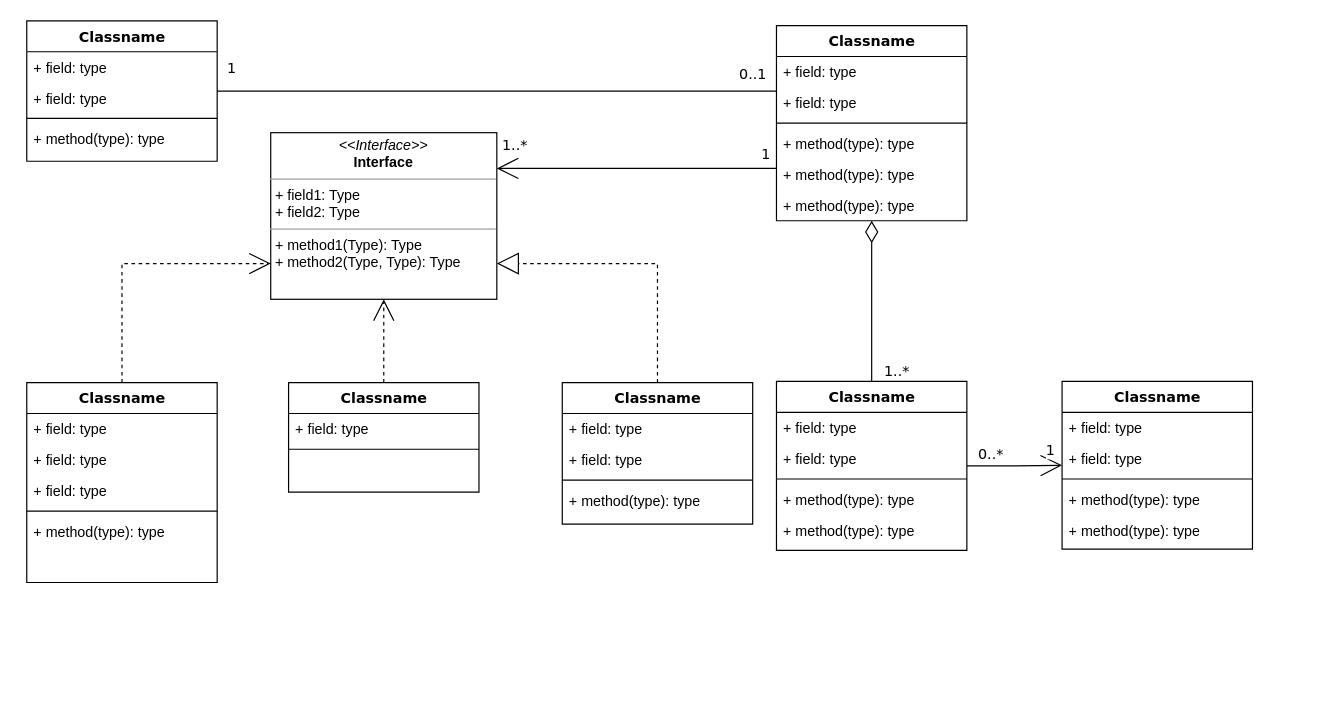
Before: Diagramme object Movie Ticket Booking System.drawio in Melydgt/Draw-io-UML-England, a draw.io diagram. Source tidied: cells renumbered, new cells numbered last; positions are measured from the earlier drawing's top-left corner, leaving out a move shared by most shapes. Both pictures are drawn from the tidied source at 119%, with x=0, y=0 at pixel (26, 20).
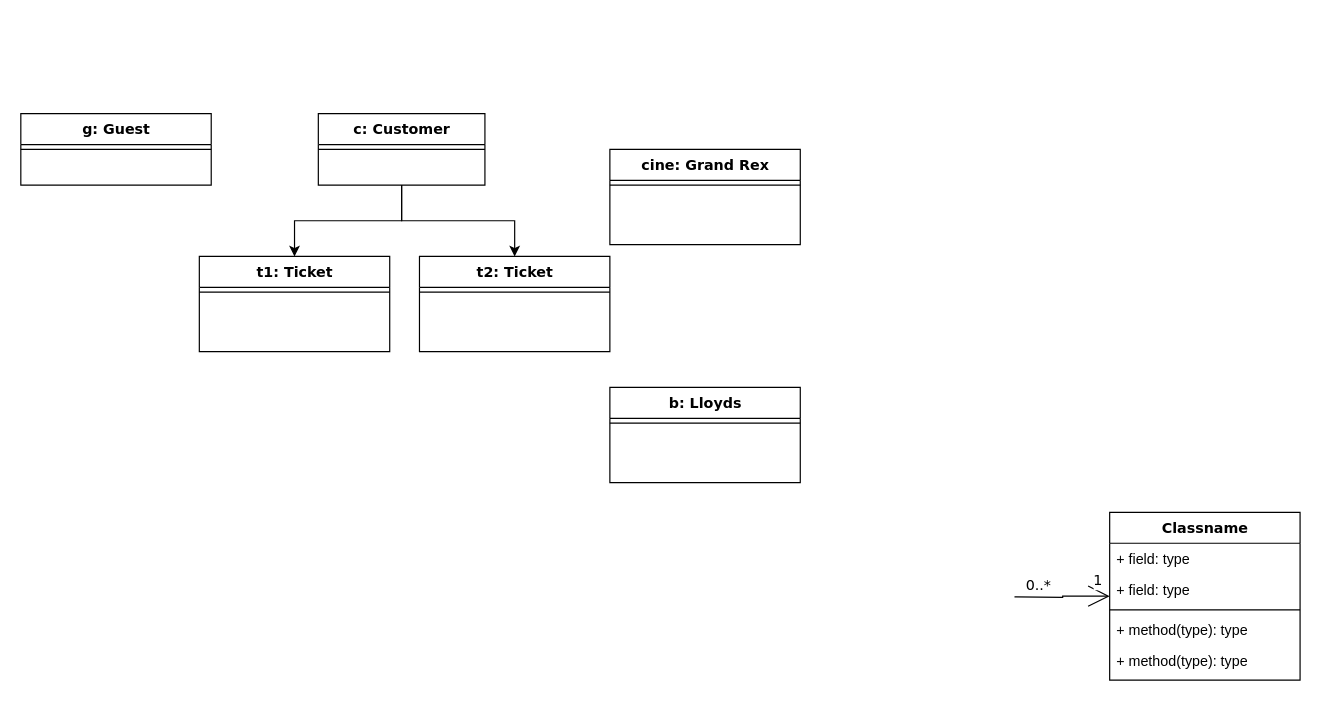
The same diagram, later.

Commit message (it also covers changes not shown here):
Mettre à jour Diagramme object Movie Ticket Booking System.drawio

What changed in the source:
```diff
@@
-    <mxCell id="2" style="edgeStyle=orthogonalEdgeStyle;rounded=0;html=1;dashed=1;labelBackgroundColor=none;startArrow=none;startFill=0;startSize=8;endArrow=open;endFill=0;endSize=16;fontFamily=Verdana;fontSize=12;" parent="1" edge="1" source="3" target="54">
-      <mxGeometry relative="1" as="geometry">
-        <Array as="points">
-          <mxPoint x="80" y="204" />
-        </Array>
-      </mxGeometry>
-    </mxCell>
-    <mxCell id="3" value="Classname" style="swimlane;html=1;fontStyle=1;align=center;verticalAlign=top;horizontal=1;startSize=26;swimlaneFillColor=#ffffff;rounded=0;shadow=0;comic=0;labelBackgroundColor=none;strokeWidth=1;fillColor=none;fontFamily=Verdana;fontSize=12;" parent="1" vertex="1">
-      <mxGeometry y="304" width="160" height="168" as="geometry" />
-    </mxCell>
-    <mxCell id="4" value="+ field: type" style="text;html=1;strokeColor=none;fillColor=none;align=left;verticalAlign=top;spacingLeft=4;spacingRight=4;whiteSpace=wrap;overflow=hidden;" parent="3" vertex="1">
-      <mxGeometry y="26" width="160" height="26" as="geometry" />
-    </mxCell>
-    <mxCell id="5" value="+ field: type" style="text;html=1;strokeColor=none;fillColor=none;align=left;verticalAlign=top;spacingLeft=4;spacingRight=4;whiteSpace=wrap;overflow=hidden;" parent="3" vertex="1">
-      <mxGeometry y="52" width="160" height="26" as="geometry" />
-    </mxCell>
-    <mxCell id="6" value="+ field: type" style="text;html=1;strokeColor=none;fillColor=none;align=left;verticalAlign=top;spacingLeft=4;spacingRight=4;whiteSpace=wrap;overflow=hidden;" parent="3" vertex="1">
-      <mxGeometry y="78" width="160" height="26" as="geometry" />
-    </mxCell>
-    <mxCell id="7" style="line;html=1;strokeWidth=1;fillColor=none;align=left;verticalAlign=middle;spacingTop=-1;spacingLeft=3;spacingRight=3;labelPosition=right;" parent="3" vertex="1">
-      <mxGeometry y="104" width="160" height="8" as="geometry" />
-    </mxCell>
-    <mxCell id="8" value="+ method(type): type" style="text;html=1;strokeColor=none;fillColor=none;align=left;verticalAlign=top;spacingLeft=4;spacingRight=4;whiteSpace=wrap;overflow=hidden;" parent="3" vertex="1">
-      <mxGeometry y="112" width="160" height="26" as="geometry" />
-    </mxCell>
+    <mxCell id="55" style="edgeStyle=orthogonalEdgeStyle;rounded=0;jettySize=auto;html=1;exitX=0.5;exitY=1;exitDx=0;exitDy=0;" parent="1" edge="1" source="9" target="57">
+      <mxGeometry relative="1" as="geometry" />
+    </mxCell>
+    <mxCell id="56" style="edgeStyle=orthogonalEdgeStyle;rounded=0;jettySize=auto;html=1;exitX=0.5;exitY=1;exitDx=0;exitDy=0;entryX=0.5;entryY=0;entryDx=0;entryDy=0;" parent="1" edge="1" source="9" target="59">
+      <mxGeometry relative="1" as="geometry" />
+    </mxCell>
-    <mxCell id="9" value="Classname" style="swimlane;html=1;fontStyle=1;align=center;verticalAlign=top;horizontal=1;startSize=26;swimlaneFillColor=#ffffff;rounded=0;shadow=0;comic=0;labelBackgroundColor=none;strokeWidth=1;fillColor=none;fontFamily=Verdana;fontSize=12;" parent="1" vertex="1">
-      <mxGeometry width="160" height="118" as="geometry" />
+    <mxCell id="9" value="c: Customer" style="swimlane;html=1;fontStyle=1;align=center;verticalAlign=top;horizontal=1;startSize=26;swimlaneFillColor=#ffffff;rounded=0;shadow=0;comic=0;labelBackgroundColor=none;strokeWidth=1;fillColor=none;fontFamily=Verdana;fontSize=12;" parent="1" vertex="1">
+      <mxGeometry x="245" y="78" width="140" height="60" as="geometry" />
     </mxCell>
-    <mxCell id="10" value="+ field: type" style="text;html=1;strokeColor=none;fillColor=none;align=left;verticalAlign=top;spacingLeft=4;spacingRight=4;whiteSpace=wrap;overflow=hidden;" parent="9" vertex="1">
-      <mxGeometry y="26" width="160" height="26" as="geometry" />
-    </mxCell>
-    <mxCell id="11" value="+ field: type" style="text;html=1;strokeColor=none;fillColor=none;align=left;verticalAlign=top;spacingLeft=4;spacingRight=4;whiteSpace=wrap;overflow=hidden;" parent="9" vertex="1">
-      <mxGeometry y="52" width="160" height="26" as="geometry" />
-    </mxCell>
     <mxCell id="12" style="line;html=1;strokeWidth=1;fillColor=none;align=left;verticalAlign=middle;spacingTop=-1;spacingLeft=3;spacingRight=3;labelPosition=right;" parent="9" vertex="1">
-      <mxGeometry y="78" width="160" height="8" as="geometry" />
+      <mxGeometry y="26" width="140" height="8" as="geometry" />
     </mxCell>
-    <mxCell id="13" value="+ method(type): type" style="text;html=1;strokeColor=none;fillColor=none;align=left;verticalAlign=top;spacingLeft=4;spacingRight=4;whiteSpace=wrap;overflow=hidden;" parent="9" vertex="1">
-      <mxGeometry y="86" width="160" height="26" as="geometry" />
-    </mxCell>
-    <mxCell id="14" style="edgeStyle=orthogonalEdgeStyle;rounded=0;html=1;labelBackgroundColor=none;startArrow=none;startFill=0;startSize=8;endArrow=open;endFill=0;endSize=16;fontFamily=Verdana;fontSize=12;" parent="1" edge="1" source="20" target="54">
-      <mxGeometry relative="1" as="geometry">
-        <Array as="points">
-          <mxPoint x="470" y="124" />
-          <mxPoint x="470" y="124" />
-        </Array>
-      </mxGeometry>
-    </mxCell>
-    <mxCell id="15" value="1..*" style="text;html=1;align=center;verticalAlign=middle;labelBackgroundColor=#ffffff;fontSize=12;fontFamily=Verdana;" parent="14" vertex="1">
-      <mxGeometry x="0.86" y="2" relative="1" as="geometry">
-        <mxPoint x="-2" y="-22" as="offset" />
-      </mxGeometry>
-    </mxCell>
-    <mxCell id="16" value="1" style="text;html=1;align=center;verticalAlign=middle;labelBackgroundColor=#ffffff;fontSize=12;fontFamily=Verdana;" parent="14" vertex="1">
-      <mxGeometry x="0.36" y="152" relative="1" as="geometry">
-        <mxPoint x="150" y="-164" as="offset" />
-      </mxGeometry>
-    </mxCell>
-    <mxCell id="17" style="edgeStyle=orthogonalEdgeStyle;rounded=0;html=1;labelBackgroundColor=none;startArrow=none;startFill=0;startSize=8;endArrow=none;endFill=0;endSize=16;fontFamily=Verdana;fontSize=12;" parent="1" edge="1" source="20" target="9">
-      <mxGeometry relative="1" as="geometry">
-        <Array as="points">
-          <mxPoint x="530" y="59" />
-          <mxPoint x="530" y="59" />
-        </Array>
-      </mxGeometry>
-    </mxCell>
-    <mxCell id="18" value="0..1" style="text;html=1;align=center;verticalAlign=middle;labelBackgroundColor=#ffffff;fontSize=12;fontFamily=Verdana;" parent="17" vertex="1">
-      <mxGeometry x="-0.57" y="-86" relative="1" as="geometry">
-        <mxPoint x="80" y="71" as="offset" />
-      </mxGeometry>
-    </mxCell>
-    <mxCell id="19" value="1" style="text;html=1;align=center;verticalAlign=middle;labelBackgroundColor=#ffffff;fontSize=12;fontFamily=Verdana;" parent="17" vertex="1">
-      <mxGeometry x="0.89" y="-1" relative="1" as="geometry">
-        <mxPoint x="-15" y="-19" as="offset" />
-      </mxGeometry>
-    </mxCell>
-    <mxCell id="20" value="Classname" style="swimlane;html=1;fontStyle=1;align=center;verticalAlign=top;horizontal=1;startSize=26;swimlaneFillColor=#ffffff;rounded=0;shadow=0;comic=0;labelBackgroundColor=none;strokeWidth=1;fillColor=none;fontFamily=Verdana;fontSize=12;" parent="1" vertex="1">
-      <mxGeometry x="630" y="4" width="160" height="164" as="geometry" />
-    </mxCell>
-    <mxCell id="21" value="+ field: type" style="text;html=1;strokeColor=none;fillColor=none;align=left;verticalAlign=top;spacingLeft=4;spacingRight=4;whiteSpace=wrap;overflow=hidden;" parent="20" vertex="1">
-      <mxGeometry y="26" width="160" height="26" as="geometry" />
-    </mxCell>
-    <mxCell id="22" value="+ field: type" style="text;html=1;strokeColor=none;fillColor=none;align=left;verticalAlign=top;spacingLeft=4;spacingRight=4;whiteSpace=wrap;overflow=hidden;" parent="20" vertex="1">
-      <mxGeometry y="52" width="160" height="26" as="geometry" />
-    </mxCell>
-    <mxCell id="23" style="line;html=1;strokeWidth=1;fillColor=none;align=left;verticalAlign=middle;spacingTop=-1;spacingLeft=3;spacingRight=3;labelPosition=right;" parent="20" vertex="1">
-      <mxGeometry y="78" width="160" height="8" as="geometry" />
-    </mxCell>
-    <mxCell id="24" value="+ method(type): type" style="text;html=1;strokeColor=none;fillColor=none;align=left;verticalAlign=top;spacingLeft=4;spacingRight=4;whiteSpace=wrap;overflow=hidden;" parent="20" vertex="1">
-      <mxGeometry y="86" width="160" height="26" as="geometry" />
-    </mxCell>
-    <mxCell id="25" value="+ method(type): type" style="text;html=1;strokeColor=none;fillColor=none;align=left;verticalAlign=top;spacingLeft=4;spacingRight=4;whiteSpace=wrap;overflow=hidden;" parent="20" vertex="1">
-      <mxGeometry y="112" width="160" height="26" as="geometry" />
-    </mxCell>
-    <mxCell id="26" value="+ method(type): type" style="text;html=1;strokeColor=none;fillColor=none;align=left;verticalAlign=top;spacingLeft=4;spacingRight=4;whiteSpace=wrap;overflow=hidden;" parent="20" vertex="1">
-      <mxGeometry y="138" width="160" height="26" as="geometry" />
-    </mxCell>
-    <mxCell id="27" style="edgeStyle=orthogonalEdgeStyle;rounded=0;html=1;dashed=1;labelBackgroundColor=none;startArrow=none;startFill=0;startSize=8;endArrow=open;endFill=0;endSize=16;fontFamily=Verdana;fontSize=12;" parent="1" edge="1" source="28" target="54">
-      <mxGeometry relative="1" as="geometry" />
-    </mxCell>
-    <mxCell id="28" value="Classname" style="swimlane;html=1;fontStyle=1;align=center;verticalAlign=top;horizontal=1;startSize=26;swimlaneFillColor=#ffffff;rounded=0;shadow=0;comic=0;labelBackgroundColor=none;strokeWidth=1;fillColor=none;fontFamily=Verdana;fontSize=12;" parent="1" vertex="1">
-      <mxGeometry x="220" y="304" width="160" height="92" as="geometry" />
-    </mxCell>
-    <mxCell id="29" value="+ field: type" style="text;html=1;strokeColor=none;fillColor=none;align=left;verticalAlign=top;spacingLeft=4;spacingRight=4;whiteSpace=wrap;overflow=hidden;" parent="28" vertex="1">
-      <mxGeometry y="26" width="160" height="26" as="geometry" />
-    </mxCell>
-    <mxCell id="30" style="line;html=1;strokeWidth=1;fillColor=none;align=left;verticalAlign=middle;spacingTop=-1;spacingLeft=3;spacingRight=3;labelPosition=right;" parent="28" vertex="1">
-      <mxGeometry y="52" width="160" height="8" as="geometry" />
-    </mxCell>
-    <mxCell id="31" style="edgeStyle=orthogonalEdgeStyle;rounded=0;html=1;labelBackgroundColor=none;startArrow=none;startFill=0;startSize=8;endArrow=diamondThin;endFill=0;endSize=16;fontFamily=Verdana;fontSize=12;" parent="1" edge="1" source="36" target="20">
-      <mxGeometry relative="1" as="geometry" />
-    </mxCell>
-    <mxCell id="32" value="1..*" style="text;html=1;align=center;verticalAlign=middle;labelBackgroundColor=#ffffff;fontSize=12;fontFamily=Verdana;" parent="31" vertex="1">
-      <mxGeometry x="-0.85" y="-1" relative="1" as="geometry">
-        <mxPoint x="19" y="1" as="offset" />
-      </mxGeometry>
-    </mxCell>
-    <mxCell id="33" style="edgeStyle=orthogonalEdgeStyle;rounded=0;html=1;labelBackgroundColor=none;startArrow=none;startFill=0;startSize=8;endArrow=open;endFill=0;endSize=16;fontFamily=Verdana;fontSize=12;" parent="1" edge="1" source="36" target="42">
-      <mxGeometry relative="1" as="geometry" />
+    <mxCell id="33" style="edgeStyle=orthogonalEdgeStyle;rounded=0;html=1;labelBackgroundColor=none;startArrow=none;startFill=0;startSize=8;endArrow=open;endFill=0;endSize=16;fontFamily=Verdana;fontSize=12;" parent="1" edge="1" target="42">
+      <mxGeometry relative="1" as="geometry">
+        <mxPoint x="830" y="484" as="sourcePoint" />
+      </mxGeometry>
     </mxCell>
@@
-    <mxCell id="36" value="Classname" style="swimlane;html=1;fontStyle=1;align=center;verticalAlign=top;horizontal=1;startSize=26;swimlaneFillColor=#ffffff;rounded=0;shadow=0;comic=0;labelBackgroundColor=none;strokeWidth=1;fillColor=none;fontFamily=Verdana;fontSize=12;" parent="1" vertex="1">
-      <mxGeometry x="630" y="303" width="160" height="142" as="geometry" />
-    </mxCell>
-    <mxCell id="37" value="+ field: type" style="text;html=1;strokeColor=none;fillColor=none;align=left;verticalAlign=top;spacingLeft=4;spacingRight=4;whiteSpace=wrap;overflow=hidden;" parent="36" vertex="1">
-      <mxGeometry y="26" width="160" height="26" as="geometry" />
-    </mxCell>
-    <mxCell id="38" value="+ field: type" style="text;html=1;strokeColor=none;fillColor=none;align=left;verticalAlign=top;spacingLeft=4;spacingRight=4;whiteSpace=wrap;overflow=hidden;" parent="36" vertex="1">
-      <mxGeometry y="52" width="160" height="26" as="geometry" />
-    </mxCell>
-    <mxCell id="39" style="line;html=1;strokeWidth=1;fillColor=none;align=left;verticalAlign=middle;spacingTop=-1;spacingLeft=3;spacingRight=3;labelPosition=right;" parent="36" vertex="1">
-      <mxGeometry y="78" width="160" height="8" as="geometry" />
-    </mxCell>
-    <mxCell id="40" value="+ method(type): type" style="text;html=1;strokeColor=none;fillColor=none;align=left;verticalAlign=top;spacingLeft=4;spacingRight=4;whiteSpace=wrap;overflow=hidden;" parent="36" vertex="1">
-      <mxGeometry y="86" width="160" height="26" as="geometry" />
-    </mxCell>
-    <mxCell id="41" value="+ method(type): type" style="text;html=1;strokeColor=none;fillColor=none;align=left;verticalAlign=top;spacingLeft=4;spacingRight=4;whiteSpace=wrap;overflow=hidden;" parent="36" vertex="1">
-      <mxGeometry y="112" width="160" height="26" as="geometry" />
-    </mxCell>
     <mxCell id="42" value="Classname" style="swimlane;html=1;fontStyle=1;align=center;verticalAlign=top;horizontal=1;startSize=26;swimlaneFillColor=#ffffff;rounded=0;shadow=0;comic=0;labelBackgroundColor=none;strokeWidth=1;fillColor=none;fontFamily=Verdana;fontSize=12;" parent="1" vertex="1">
-      <mxGeometry x="870" y="303" width="160" height="141" as="geometry" />
+      <mxGeometry x="910" y="413" width="160" height="141" as="geometry" />
     </mxCell>
@@
-    <mxCell id="48" style="edgeStyle=orthogonalEdgeStyle;rounded=0;html=1;dashed=1;labelBackgroundColor=none;startArrow=none;startFill=0;startSize=8;endArrow=block;endFill=0;endSize=16;fontFamily=Verdana;fontSize=12;" parent="1" edge="1" source="49" target="54">
-      <mxGeometry relative="1" as="geometry">
-        <Array as="points">
-          <mxPoint x="530" y="204" />
-        </Array>
-      </mxGeometry>
-    </mxCell>
-    <mxCell id="49" value="Classname" style="swimlane;html=1;fontStyle=1;align=center;verticalAlign=top;horizontal=1;startSize=26;swimlaneFillColor=#ffffff;rounded=0;shadow=0;comic=0;labelBackgroundColor=none;strokeWidth=1;fillColor=none;fontFamily=Verdana;fontSize=12;" parent="1" vertex="1">
-      <mxGeometry x="450" y="304" width="160" height="119" as="geometry" />
-    </mxCell>
-    <mxCell id="50" value="+ field: type" style="text;html=1;strokeColor=none;fillColor=none;align=left;verticalAlign=top;spacingLeft=4;spacingRight=4;whiteSpace=wrap;overflow=hidden;" parent="49" vertex="1">
-      <mxGeometry y="26" width="160" height="26" as="geometry" />
-    </mxCell>
-    <mxCell id="51" value="+ field: type" style="text;html=1;strokeColor=none;fillColor=none;align=left;verticalAlign=top;spacingLeft=4;spacingRight=4;whiteSpace=wrap;overflow=hidden;" parent="49" vertex="1">
-      <mxGeometry y="52" width="160" height="26" as="geometry" />
-    </mxCell>
-    <mxCell id="52" style="line;html=1;strokeWidth=1;fillColor=none;align=left;verticalAlign=middle;spacingTop=-1;spacingLeft=3;spacingRight=3;labelPosition=right;" parent="49" vertex="1">
-      <mxGeometry y="78" width="160" height="8" as="geometry" />
-    </mxCell>
-    <mxCell id="53" value="+ method(type): type" style="text;html=1;strokeColor=none;fillColor=none;align=left;verticalAlign=top;spacingLeft=4;spacingRight=4;whiteSpace=wrap;overflow=hidden;" parent="49" vertex="1">
-      <mxGeometry y="86" width="160" height="26" as="geometry" />
-    </mxCell>
-    <mxCell id="54" value="&lt;p style=&quot;margin:0px;margin-top:4px;text-align:center;&quot;&gt;&lt;i&gt;&amp;lt;&amp;lt;Interface&amp;gt;&amp;gt;&lt;/i&gt;&lt;br/&gt;&lt;b&gt;Interface&lt;/b&gt;&lt;/p&gt;&lt;hr size=&quot;1&quot;/&gt;&lt;p style=&quot;margin:0px;margin-left:4px;&quot;&gt;+ field1: Type&lt;br/&gt;+ field2: Type&lt;/p&gt;&lt;hr size=&quot;1&quot;/&gt;&lt;p style=&quot;margin:0px;margin-left:4px;&quot;&gt;+ method1(Type): Type&lt;br/&gt;+ method2(Type, Type): Type&lt;/p&gt;" style="verticalAlign=top;align=left;overflow=fill;fontSize=12;fontFamily=Helvetica;html=1;rounded=0;shadow=0;comic=0;labelBackgroundColor=none;strokeWidth=1;" parent="1" vertex="1">
-      <mxGeometry x="205" y="94" width="190" height="140" as="geometry" />
-    </mxCell>
+    <mxCell id="57" value="t1: Ticket" style="swimlane;html=1;fontStyle=1;align=center;verticalAlign=top;horizontal=1;startSize=26;swimlaneFillColor=#ffffff;rounded=0;shadow=0;comic=0;labelBackgroundColor=none;strokeWidth=1;fillColor=none;fontFamily=Verdana;fontSize=12;" parent="1" vertex="1">
+      <mxGeometry x="145" y="198" width="160" height="80" as="geometry" />
+    </mxCell>
+    <mxCell id="58" style="line;html=1;strokeWidth=1;fillColor=none;align=left;verticalAlign=middle;spacingTop=-1;spacingLeft=3;spacingRight=3;labelPosition=right;" parent="57" vertex="1">
+      <mxGeometry y="26" width="160" height="8" as="geometry" />
+    </mxCell>
+    <mxCell id="59" value="t2: Ticket" style="swimlane;html=1;fontStyle=1;align=center;verticalAlign=top;horizontal=1;startSize=26;swimlaneFillColor=#ffffff;rounded=0;shadow=0;comic=0;labelBackgroundColor=none;strokeWidth=1;fillColor=none;fontFamily=Verdana;fontSize=12;" parent="1" vertex="1">
+      <mxGeometry x="330" y="198" width="160" height="80" as="geometry" />
+    </mxCell>
+    <mxCell id="60" style="line;html=1;strokeWidth=1;fillColor=none;align=left;verticalAlign=middle;spacingTop=-1;spacingLeft=3;spacingRight=3;labelPosition=right;" parent="59" vertex="1">
+      <mxGeometry y="26" width="160" height="8" as="geometry" />
+    </mxCell>
+    <mxCell id="61" value="b: Lloyds" style="swimlane;html=1;fontStyle=1;align=center;verticalAlign=top;horizontal=1;startSize=26;swimlaneFillColor=#ffffff;rounded=0;shadow=0;comic=0;labelBackgroundColor=none;strokeWidth=1;fillColor=none;fontFamily=Verdana;fontSize=12;" parent="1" vertex="1">
+      <mxGeometry x="490" y="308" width="160" height="80" as="geometry" />
+    </mxCell>
+    <mxCell id="62" style="line;html=1;strokeWidth=1;fillColor=none;align=left;verticalAlign=middle;spacingTop=-1;spacingLeft=3;spacingRight=3;labelPosition=right;" parent="61" vertex="1">
+      <mxGeometry y="26" width="160" height="8" as="geometry" />
+    </mxCell>
+    <mxCell id="63" value="cine: Grand Rex" style="swimlane;html=1;fontStyle=1;align=center;verticalAlign=top;horizontal=1;startSize=26;swimlaneFillColor=#ffffff;rounded=0;shadow=0;comic=0;labelBackgroundColor=none;strokeWidth=1;fillColor=none;fontFamily=Verdana;fontSize=12;" parent="1" vertex="1">
+      <mxGeometry x="490" y="108" width="160" height="80" as="geometry" />
+    </mxCell>
+    <mxCell id="64" style="line;html=1;strokeWidth=1;fillColor=none;align=left;verticalAlign=middle;spacingTop=-1;spacingLeft=3;spacingRight=3;labelPosition=right;" parent="63" vertex="1">
+      <mxGeometry y="26" width="160" height="8" as="geometry" />
+    </mxCell>
+    <mxCell id="65" value="g: Guest" style="swimlane;html=1;fontStyle=1;align=center;verticalAlign=top;horizontal=1;startSize=26;swimlaneFillColor=#ffffff;rounded=0;shadow=0;comic=0;labelBackgroundColor=none;strokeWidth=1;fillColor=none;fontFamily=Verdana;fontSize=12;" parent="1" vertex="1">
+      <mxGeometry x="-5" y="78" width="160" height="60" as="geometry" />
+    </mxCell>
+    <mxCell id="66" style="line;html=1;strokeWidth=1;fillColor=none;align=left;verticalAlign=middle;spacingTop=-1;spacingLeft=3;spacingRight=3;labelPosition=right;" parent="65" vertex="1">
+      <mxGeometry y="26" width="160" height="8" as="geometry" />
+    </mxCell>
```
